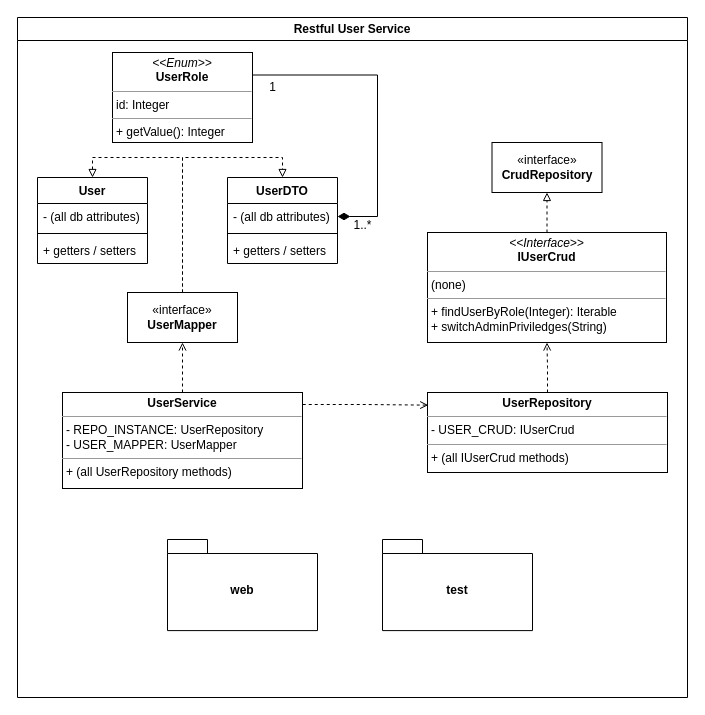
Earlier version of the draw.io diagram diagrams/user_service_class_diagram.drawio (NM4TT/Restful-CRUD-App). Source tidied: cells renumbered, new cells numbered last; positions are measured from the earlier drawing's top-left corner, leaving out a move shared by most shapes. Both pictures are drawn from the tidied source at 100%, with x=0, y=0 at pixel (17, 17).
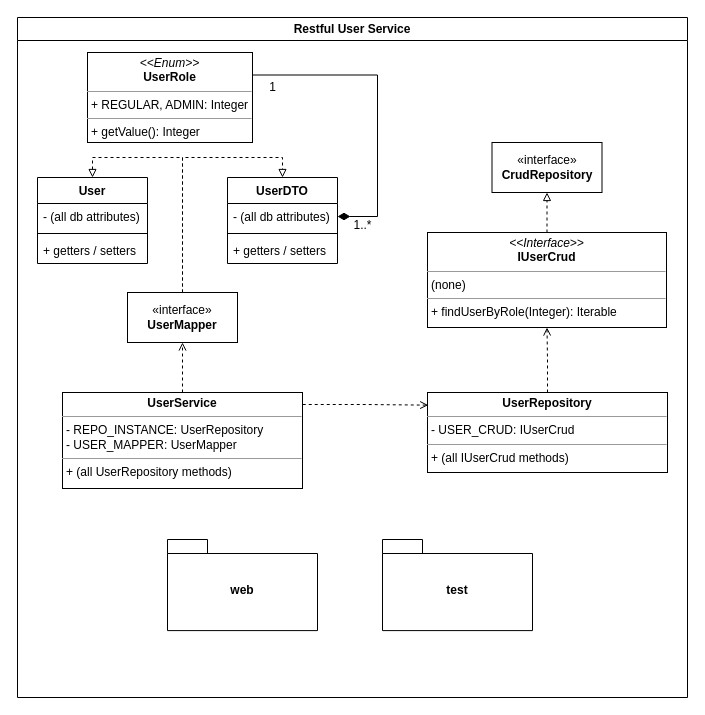
After the change.

Commit message (it also covers changes not shown here):
Minor fixes to current diagrams

The change refers to these unchanged cells:
```xml
<mxCell id="2" value="Restful User Service" style="swimlane;whiteSpace=wrap;html=1;" parent="1" vertex="1">
  <mxGeometry width="670" height="680" as="geometry" />
</mxCell>
```

Change to the diagram source:
```diff
@@
-    <mxCell id="15" value="&lt;p style=&quot;margin:0px;margin-top:4px;text-align:center;&quot;&gt;&lt;i&gt;&amp;lt;&amp;lt;Interface&amp;gt;&amp;gt;&lt;/i&gt;&lt;br&gt;&lt;b&gt;IUserCrud&lt;/b&gt;&lt;/p&gt;&lt;hr size=&quot;1&quot;&gt;&lt;p style=&quot;margin:0px;margin-left:4px;&quot;&gt;(none)&lt;/p&gt;&lt;hr size=&quot;1&quot;&gt;&lt;p style=&quot;margin:0px;margin-left:4px;&quot;&gt;+ findUserByRole(Integer): Iterable&lt;br&gt;+ switchAdminPriviledges(String)&lt;/p&gt;" style="verticalAlign=top;align=left;overflow=fill;fontSize=12;fontFamily=Helvetica;html=1;whiteSpace=wrap;" parent="2" vertex="1">
-      <mxGeometry x="410" y="215" width="239" height="110" as="geometry" />
+    <mxCell id="15" value="&lt;p style=&quot;margin:0px;margin-top:4px;text-align:center;&quot;&gt;&lt;i&gt;&amp;lt;&amp;lt;Interface&amp;gt;&amp;gt;&lt;/i&gt;&lt;br&gt;&lt;b&gt;IUserCrud&lt;/b&gt;&lt;/p&gt;&lt;hr size=&quot;1&quot;&gt;&lt;p style=&quot;margin:0px;margin-left:4px;&quot;&gt;(none)&lt;/p&gt;&lt;hr size=&quot;1&quot;&gt;&lt;p style=&quot;margin:0px;margin-left:4px;&quot;&gt;+ findUserByRole(Integer): Iterable&lt;/p&gt;" style="verticalAlign=top;align=left;overflow=fill;fontSize=12;fontFamily=Helvetica;html=1;whiteSpace=wrap;" parent="2" vertex="1">
+      <mxGeometry x="410" y="215" width="239" height="95" as="geometry" />
     </mxCell>
@@
-    <mxCell id="19" value="&lt;p style=&quot;margin:0px;margin-top:4px;text-align:center;&quot;&gt;&lt;i&gt;&amp;lt;&amp;lt;Enum&amp;gt;&amp;gt;&lt;/i&gt;&lt;br&gt;&lt;b&gt;UserRole&lt;/b&gt;&lt;/p&gt;&lt;hr size=&quot;1&quot;&gt;&lt;p style=&quot;margin:0px;margin-left:4px;&quot;&gt;id: Integer&lt;br&gt;&lt;/p&gt;&lt;hr size=&quot;1&quot;&gt;&lt;p style=&quot;margin:0px;margin-left:4px;&quot;&gt;+ getValue(): Integer&lt;/p&gt;" style="verticalAlign=top;align=left;overflow=fill;fontSize=12;fontFamily=Helvetica;html=1;whiteSpace=wrap;" parent="2" vertex="1">
-      <mxGeometry x="95" y="35" width="140" height="90" as="geometry" />
+    <mxCell id="19" value="&lt;p style=&quot;margin:0px;margin-top:4px;text-align:center;&quot;&gt;&lt;i&gt;&amp;lt;&amp;lt;Enum&amp;gt;&amp;gt;&lt;/i&gt;&lt;br&gt;&lt;b&gt;UserRole&lt;/b&gt;&lt;/p&gt;&lt;hr size=&quot;1&quot;&gt;&lt;p style=&quot;margin:0px;margin-left:4px;&quot;&gt;+ REGULAR, ADMIN: Integer&lt;br&gt;&lt;/p&gt;&lt;hr size=&quot;1&quot;&gt;&lt;p style=&quot;margin:0px;margin-left:4px;&quot;&gt;+ getValue(): Integer&lt;/p&gt;" style="verticalAlign=top;align=left;overflow=fill;fontSize=12;fontFamily=Helvetica;html=1;whiteSpace=wrap;" parent="2" vertex="1">
+      <mxGeometry x="70" y="35" width="165" height="90" as="geometry" />
     </mxCell>
```
